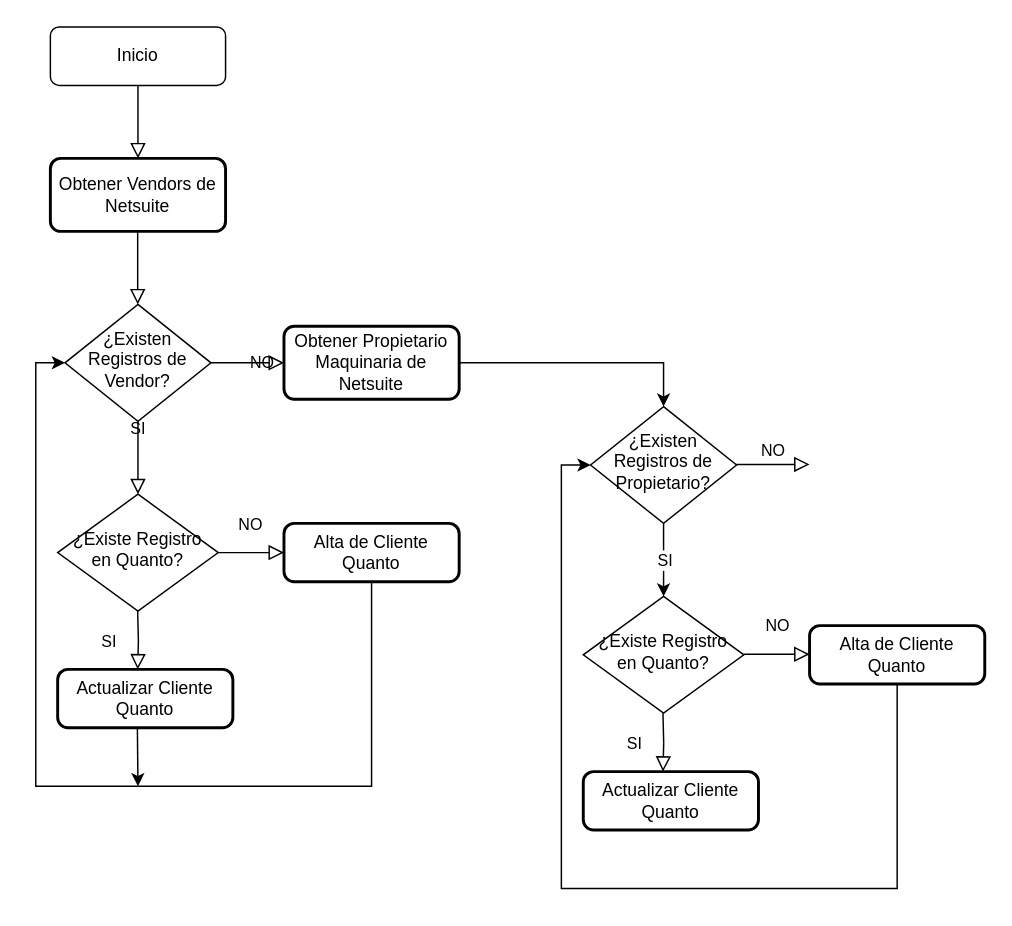
The draw.io diagram Interfaz Clientes Quanto.drawio in evasquezm87/Diagramas, before the edit. Source tidied: cells renumbered, new cells numbered last; positions are measured from the earlier drawing's top-left corner, leaving out a move shared by most shapes. Both pictures are drawn from the tidied source at 146%, with x=0, y=0 at pixel (35, 26).
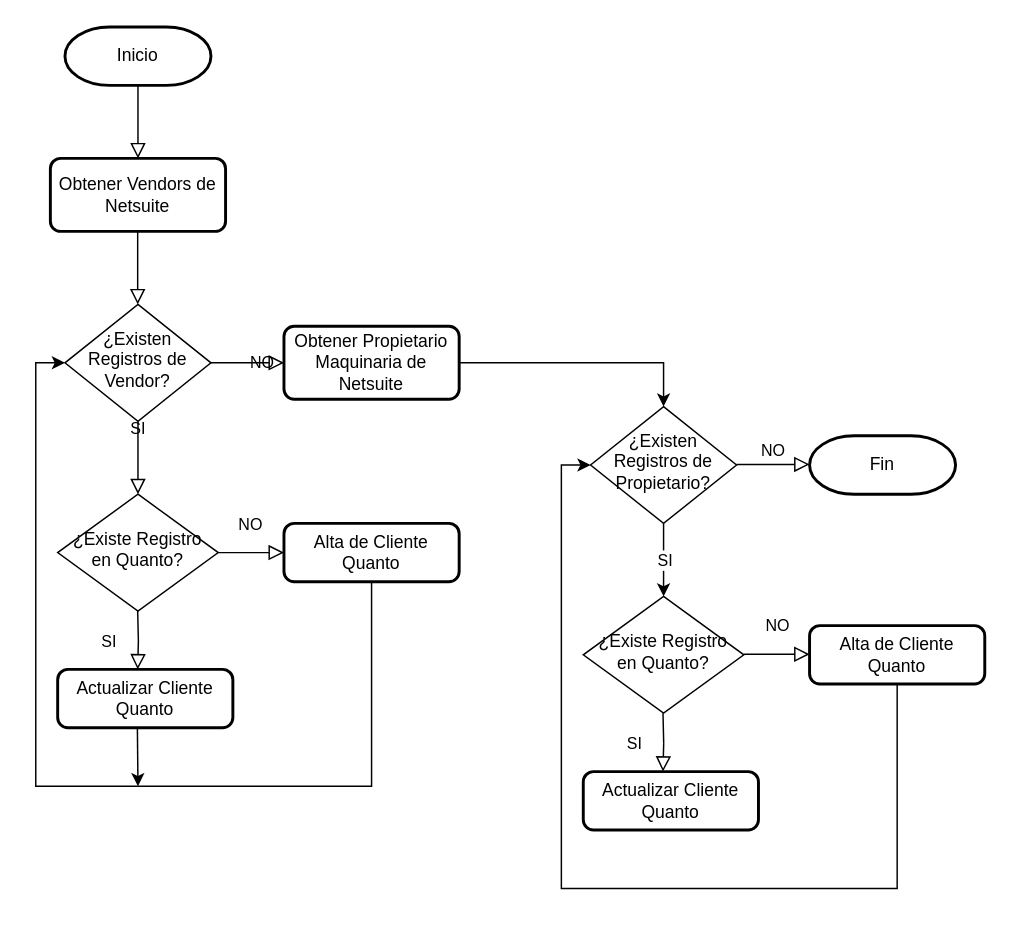
Above is the later version.

Diff of the diagram source:
```diff
@@
-    <mxCell id="2" style="rounded=0;html=1;jettySize=auto;fontSize=11;endArrow=block;endFill=0;endSize=8;strokeWidth=1;shadow=0;labelBackgroundColor=none;edgeStyle=orthogonalEdgeStyle;" parent="1" edge="1" source="3">
+    <mxCell id="2" style="rounded=0;html=1;jettySize=auto;orthogonalLoop=1;fontSize=11;endArrow=block;endFill=0;endSize=8;strokeWidth=1;shadow=0;labelBackgroundColor=none;edgeStyle=orthogonalEdgeStyle;" parent="1" edge="1">
       <mxGeometry relative="1" as="geometry">
+        <mxPoint x="70" y="40" as="sourcePoint" />
         <mxPoint x="70" y="90" as="targetPoint" />
       </mxGeometry>
     </mxCell>
-    <mxCell id="3" value="Inicio" style="rounded=1;whiteSpace=wrap;html=1;fontSize=12;glass=0;strokeWidth=1;shadow=0;" parent="1" vertex="1">
-      <mxGeometry x="10" width="120" height="40" as="geometry" />
-    </mxCell>
@@
+    <mxCell id="3" value="Inicio" style="strokeWidth=2;html=1;shape=mxgraph.flowchart.terminator;whiteSpace=wrap;" parent="1" vertex="1">
+      <mxGeometry x="20" width="100" height="40" as="geometry" />
+    </mxCell>
+    <mxCell id="28" value="Fin" style="strokeWidth=2;html=1;shape=mxgraph.flowchart.terminator;whiteSpace=wrap;" parent="1" vertex="1">
+      <mxGeometry x="530" y="280" width="100" height="40" as="geometry" />
+    </mxCell>
```
